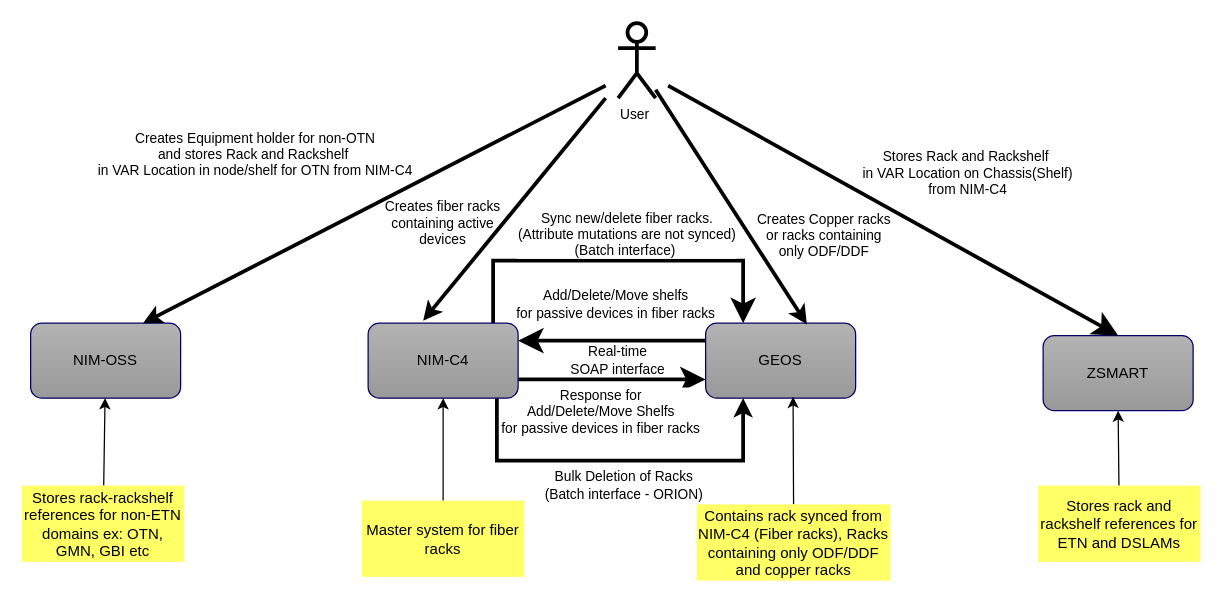
dearishtaq/hello-world-old keeps this draw.io diagram as page "Rack" (5 of 6) of Untitled Diagram.drawio. Above is the earlier version. Source tidied: cells renumbered, new cells numbered last; positions are measured from the earlier drawing's top-left corner, leaving out a move shared by most shapes. Both pictures are drawn from the tidied source at 125%, with x=0, y=0 at pixel (21, 22).
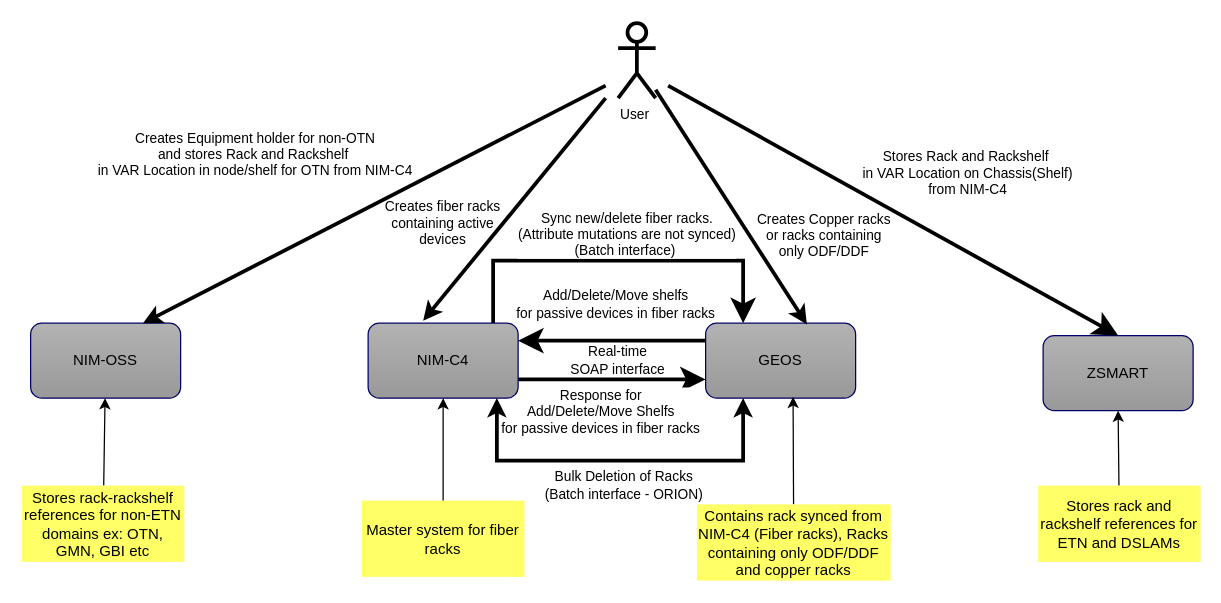
After the change.

Unchanged cells that the change refers to:
```xml
<mxCell id="9" value="GEOS" style="rounded=1;whiteSpace=wrap;html=1;strokeColor=#000066;fillColor=#B3B3B3;gradientColor=#999999;fontColor=#000000;" parent="1" vertex="1">
  <mxGeometry x="547" y="240" width="120" height="60" as="geometry" />
</mxCell>
```

What changed in the source:
```diff
@@
-    <mxCell id="6" style="edgeStyle=orthogonalEdgeStyle;rounded=0;jettySize=auto;html=1;strokeWidth=3;fontSize=11;fontColor=#000000;align=center;entryX=0.25;entryY=1;entryDx=0;entryDy=0;" parent="1" edge="1" target="9">
+    <mxCell id="6" style="edgeStyle=orthogonalEdgeStyle;rounded=0;jettySize=auto;html=1;strokeWidth=3;fontSize=11;fontColor=#000000;align=center;entryX=0.25;entryY=1;entryDx=0;entryDy=0;startArrow=classic;startFill=1;" parent="1" edge="1" target="9">
       <mxGeometry relative="1" as="geometry">
         <mxPoint x="380" y="300" as="sourcePoint" />
         <Array as="points">
           <mxPoint x="380" y="350" />
           <mxPoint x="577" y="350" />
         </Array>
       </mxGeometry>
     </mxCell>
```
